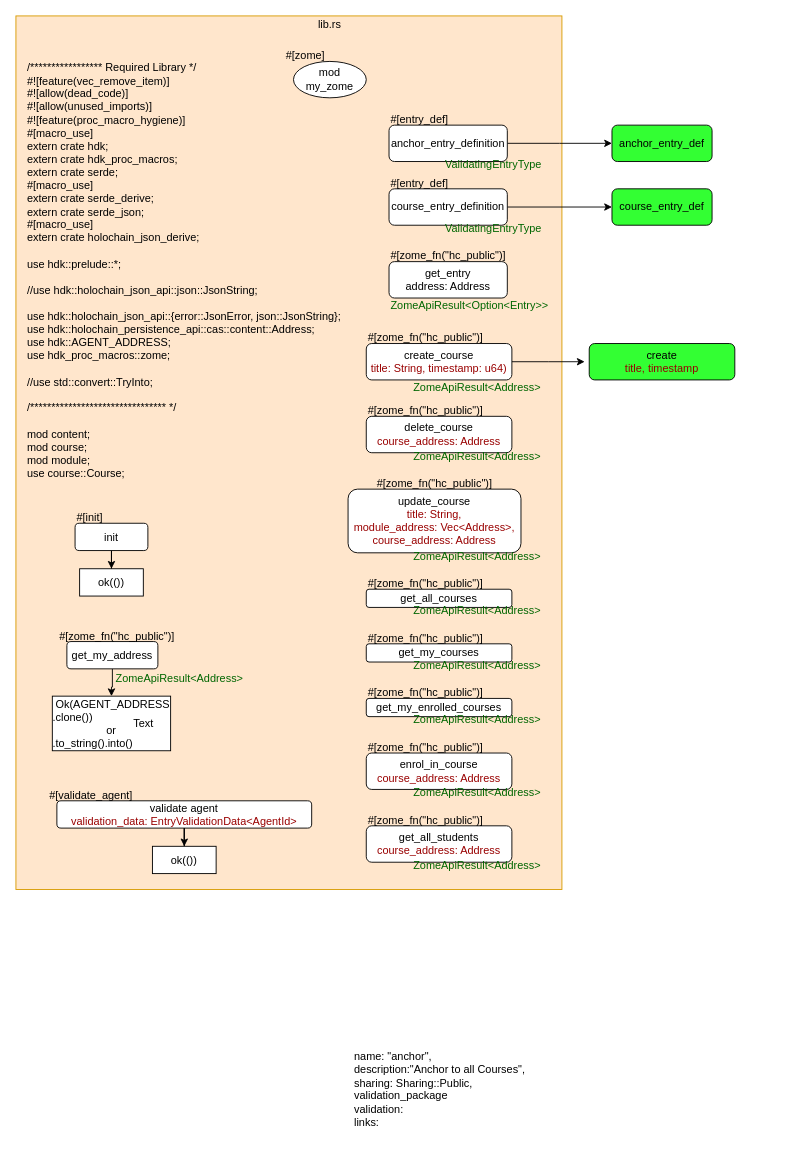
This is page "lib.rs" (1 of 9) of Untitled Diagram.drawio from sdelvalle57/hUdemy, a draw.io file, before an edit. Source tidied: cells renumbered, new cells numbered last; positions are measured from the earlier drawing's top-left corner, leaving out a move shared by most shapes. Both pictures are drawn from the tidied source at 91%, with x=0, y=0 at pixel (15, 15).
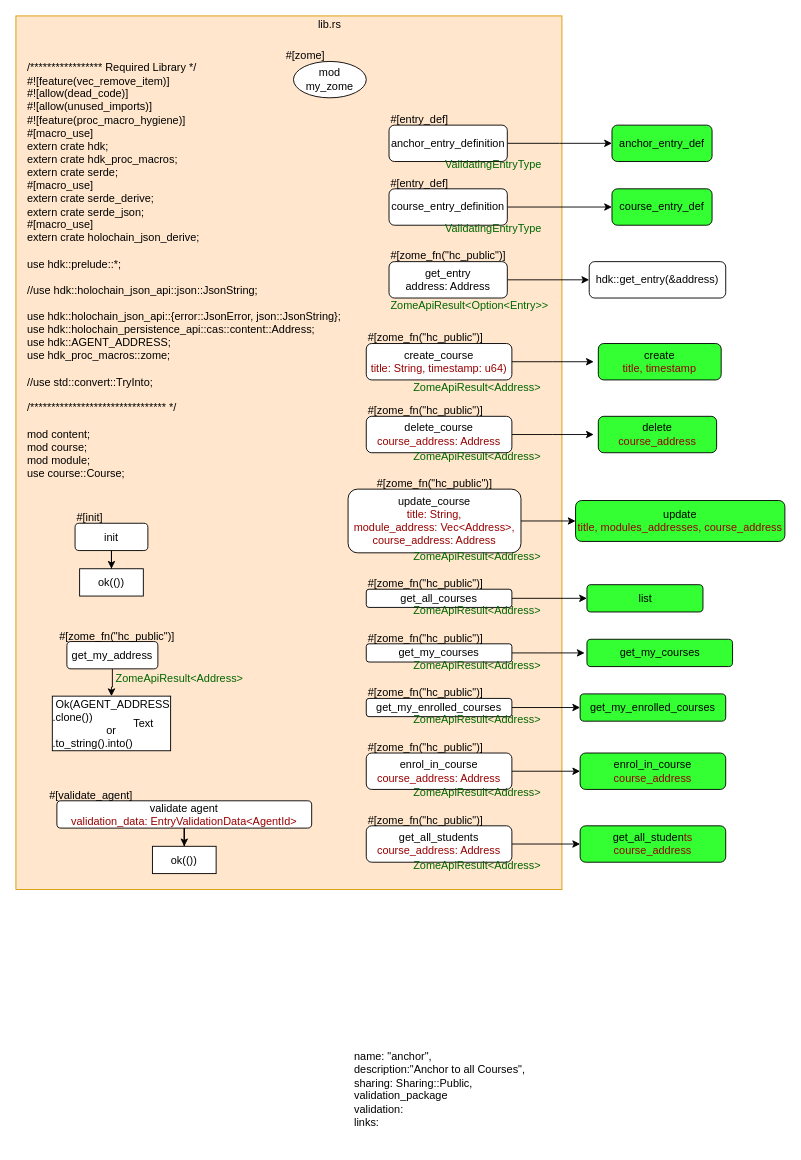
After the change.

Unchanged cells that the change refers to:
```xml
<mxCell id="25" value="&lt;div&gt;create_course&lt;/div&gt;&lt;div&gt;&lt;font color=&quot;#990000&quot;&gt;title: String, timestamp: u64)&lt;/font&gt;&lt;br&gt;&lt;/div&gt;" style="rounded=1;whiteSpace=wrap;html=1;" parent="1" vertex="1">
  <mxGeometry x="385" y="360" width="160" height="40" as="geometry" />
</mxCell>
<mxCell id="28" value="&lt;div&gt;delete_course&lt;/div&gt;&lt;div&gt;&lt;font color=&quot;#990000&quot;&gt;course_address: Address&lt;/font&gt;&lt;br&gt;&lt;/div&gt;" style="rounded=1;whiteSpace=wrap;html=1;" parent="1" vertex="1">
  <mxGeometry x="385" y="440" width="160" height="40" as="geometry" />
</mxCell>
<mxCell id="34" value="&lt;div&gt;update_course&lt;/div&gt;&lt;div&gt;&lt;font color=&quot;#990000&quot;&gt;title: String, &lt;br&gt;&lt;/font&gt;&lt;/div&gt;&lt;div&gt;&lt;font color=&quot;#990000&quot;&gt;module_address: Vec&amp;lt;Address&amp;gt;, &lt;br&gt;&lt;/font&gt;&lt;/div&gt;&lt;div&gt;&lt;font color=&quot;#990000&quot;&gt;course_address: Address&lt;/font&gt;&lt;br&gt;&lt;/div&gt;" style="rounded=1;whiteSpace=wrap;html=1;" parent="1" vertex="1">
  <mxGeometry x="365" y="520" width="190" height="70" as="geometry" />
</mxCell>
<mxCell id="37" value="&lt;div&gt;get_all_courses&lt;/div&gt;" style="rounded=1;whiteSpace=wrap;html=1;" parent="1" vertex="1">
  <mxGeometry x="385" y="630" width="160" height="20" as="geometry" />
</mxCell>
<mxCell id="40" value="&lt;div&gt;get_my_courses&lt;/div&gt;" style="rounded=1;whiteSpace=wrap;html=1;" parent="1" vertex="1">
  <mxGeometry x="385" y="690" width="160" height="20" as="geometry" />
</mxCell>
<mxCell id="43" value="get_my_enrolled_courses" style="rounded=1;whiteSpace=wrap;html=1;" parent="1" vertex="1">
  <mxGeometry x="385" y="750" width="160" height="20" as="geometry" />
</mxCell>
<mxCell id="46" value="&lt;div&gt;enrol_in_course&lt;/div&gt;&lt;div&gt;&lt;font color=&quot;#990000&quot;&gt;course_address: Address&lt;/font&gt;&lt;br&gt;&lt;/div&gt;" style="rounded=1;whiteSpace=wrap;html=1;" parent="1" vertex="1">
  <mxGeometry x="385" y="810" width="160" height="40" as="geometry" />
</mxCell>
<mxCell id="49" value="&lt;div&gt;get_all_students&lt;br&gt;&lt;/div&gt;&lt;div&gt;&lt;font color=&quot;#990000&quot;&gt;course_address: Address&lt;/font&gt;&lt;br&gt;&lt;/div&gt;" style="rounded=1;whiteSpace=wrap;html=1;" parent="1" vertex="1">
  <mxGeometry x="385" y="890" width="160" height="40" as="geometry" />
</mxCell>
<mxCell id="52" value="&lt;div&gt;get_entry&lt;/div&gt;&lt;div&gt;address: Address&lt;br&gt;&lt;/div&gt;" style="rounded=1;whiteSpace=wrap;html=1;" parent="1" vertex="1">
  <mxGeometry x="410" y="270" width="130" height="40" as="geometry" />
</mxCell>
```

What changed in the source:
```diff
@@
     <mxCell id="24" style="edgeStyle=orthogonalEdgeStyle;rounded=0;jettySize=auto;html=1;" parent="1" edge="1" source="25">
       <mxGeometry relative="1" as="geometry">
-        <mxPoint x="625" y="380" as="targetPoint" />
+        <mxPoint x="635" y="380" as="targetPoint" />
       </mxGeometry>
     </mxCell>
@@
+    <mxCell id="61" style="edgeStyle=orthogonalEdgeStyle;rounded=0;jettySize=auto;html=1;" parent="1" edge="1" source="28">
+      <mxGeometry relative="1" as="geometry">
+        <mxPoint x="635" y="460" as="targetPoint" />
+      </mxGeometry>
+    </mxCell>
@@
+    <mxCell id="62" style="edgeStyle=orthogonalEdgeStyle;rounded=0;jettySize=auto;html=1;entryX=0;entryY=0.5;entryDx=0;entryDy=0;" parent="1" edge="1" source="34" target="71">
+      <mxGeometry relative="1" as="geometry" />
+    </mxCell>
@@
+    <mxCell id="63" style="edgeStyle=orthogonalEdgeStyle;rounded=0;jettySize=auto;html=1;entryX=0;entryY=0.5;entryDx=0;entryDy=0;" parent="1" edge="1" source="37" target="72">
+      <mxGeometry relative="1" as="geometry" />
+    </mxCell>
@@
+    <mxCell id="64" style="edgeStyle=orthogonalEdgeStyle;rounded=0;jettySize=auto;html=1;" parent="1" edge="1" source="40">
+      <mxGeometry relative="1" as="geometry">
+        <mxPoint x="625" y="700" as="targetPoint" />
+      </mxGeometry>
+    </mxCell>
@@
+    <mxCell id="65" style="edgeStyle=orthogonalEdgeStyle;rounded=0;jettySize=auto;html=1;entryX=0;entryY=0.5;entryDx=0;entryDy=0;" parent="1" edge="1" source="43" target="74">
+      <mxGeometry relative="1" as="geometry" />
+    </mxCell>
@@
+    <mxCell id="66" style="edgeStyle=orthogonalEdgeStyle;rounded=0;jettySize=auto;html=1;entryX=0;entryY=0.5;entryDx=0;entryDy=0;" parent="1" edge="1" source="46" target="75">
+      <mxGeometry relative="1" as="geometry" />
+    </mxCell>
@@
+    <mxCell id="67" style="edgeStyle=orthogonalEdgeStyle;rounded=0;jettySize=auto;html=1;entryX=0;entryY=0.5;entryDx=0;entryDy=0;" parent="1" edge="1" source="49" target="76">
+      <mxGeometry relative="1" as="geometry" />
+    </mxCell>
@@
+    <mxCell id="68" style="edgeStyle=orthogonalEdgeStyle;rounded=0;jettySize=auto;html=1;entryX=0;entryY=0.5;entryDx=0;entryDy=0;" parent="1" edge="1" source="52" target="69">
+      <mxGeometry relative="1" as="geometry" />
+    </mxCell>
@@
     <mxCell id="60" value="create&lt;br&gt;&lt;font color=&quot;#990000&quot;&gt;title, timestamp&lt;br&gt;&lt;/font&gt;" style="rounded=1;whiteSpace=wrap;html=1;fillColor=#33FF33;" parent="1" vertex="1">
-      <mxGeometry x="630" y="360" width="160" height="40" as="geometry" />
+      <mxGeometry x="640" y="360" width="135" height="40" as="geometry" />
     </mxCell>
+    <mxCell id="69" value="hdk::get_entry(&amp;amp;address)" style="rounded=1;whiteSpace=wrap;html=1;fillColor=#FFFFFF;" parent="1" vertex="1">
+      <mxGeometry x="630" y="270" width="150" height="40" as="geometry" />
+    </mxCell>
+    <mxCell id="70" value="delete&lt;br&gt;&lt;font color=&quot;#990000&quot;&gt;course_address&lt;br&gt;&lt;/font&gt;" style="rounded=1;whiteSpace=wrap;html=1;fillColor=#33FF33;" parent="1" vertex="1">
+      <mxGeometry x="640" y="440" width="130" height="40" as="geometry" />
+    </mxCell>
+    <mxCell id="71" value="update&lt;br&gt;&lt;div align=&quot;left&quot;&gt;&lt;font color=&quot;#990000&quot;&gt;title, modules_addresses, course_address&lt;br&gt;&lt;/font&gt;&lt;/div&gt;" style="rounded=1;whiteSpace=wrap;html=1;fillColor=#33FF33;" parent="1" vertex="1">
+      <mxGeometry x="615" y="532.5" width="230" height="45" as="geometry" />
+    </mxCell>
+    <mxCell id="72" value="list" style="rounded=1;whiteSpace=wrap;html=1;fillColor=#33FF33;" parent="1" vertex="1">
+      <mxGeometry x="627.5" y="625" width="127.5" height="30" as="geometry" />
+    </mxCell>
+    <mxCell id="73" value="get_my_courses" style="rounded=1;whiteSpace=wrap;html=1;fillColor=#33FF33;" parent="1" vertex="1">
+      <mxGeometry x="627.5" y="685" width="160" height="30" as="geometry" />
+    </mxCell>
+    <mxCell id="74" value="get_my_enrolled_courses" style="rounded=1;whiteSpace=wrap;html=1;fillColor=#33FF33;" parent="1" vertex="1">
+      <mxGeometry x="620" y="745" width="160" height="30" as="geometry" />
+    </mxCell>
+    <mxCell id="75" value="&lt;div&gt;enrol_in_course&lt;/div&gt;&lt;font color=&quot;#990000&quot;&gt;course_address&lt;br&gt;&lt;/font&gt;" style="rounded=1;whiteSpace=wrap;html=1;fillColor=#33FF33;" parent="1" vertex="1">
+      <mxGeometry x="620" y="810" width="160" height="40" as="geometry" />
+    </mxCell>
+    <mxCell id="76" value="&lt;div&gt;get_all_studen&lt;font color=&quot;#990000&quot;&gt;ts&lt;/font&gt;&lt;/div&gt;&lt;font color=&quot;#990000&quot;&gt;course_address&lt;br&gt;&lt;/font&gt;" style="rounded=1;whiteSpace=wrap;html=1;fillColor=#33FF33;" parent="1" vertex="1">
+      <mxGeometry x="620" y="890" width="160" height="40" as="geometry" />
+    </mxCell>
```
